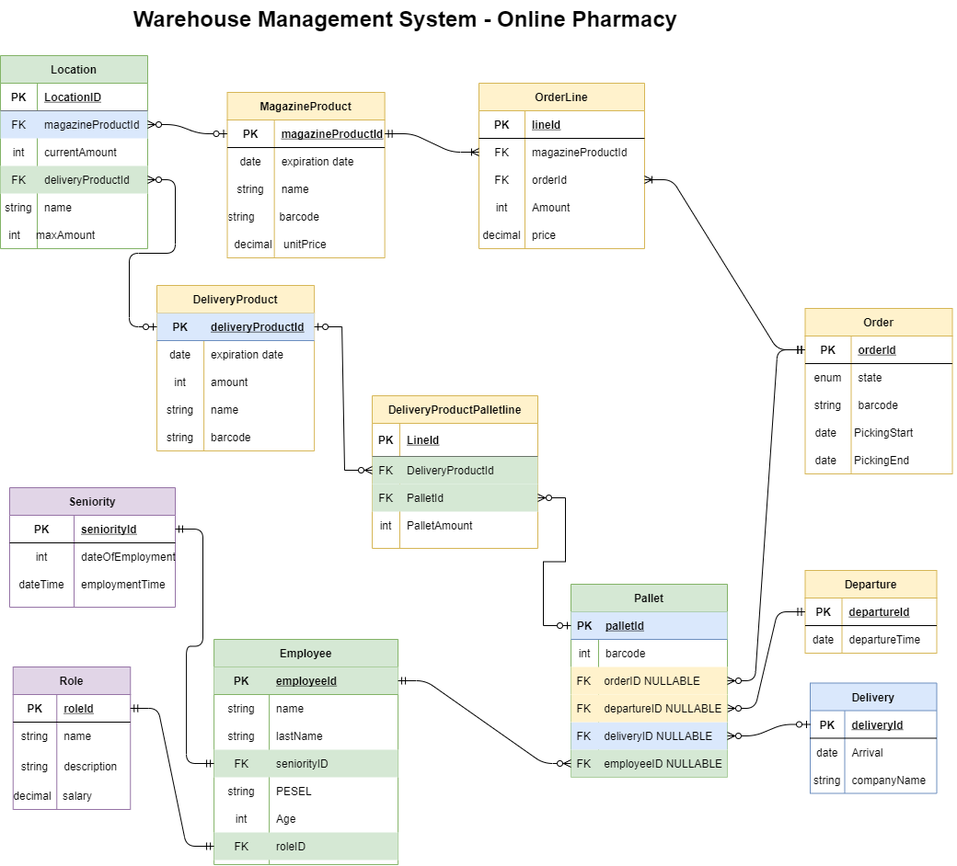
The draw.io diagram ProjectPlan/wms-database-final.png in dgaweda/warehouse-management-system, before a commit. Source tidied: cells renumbered, new cells last; positions are measured from the earlier drawing's top-left corner, leaving out a move shared by most shapes.
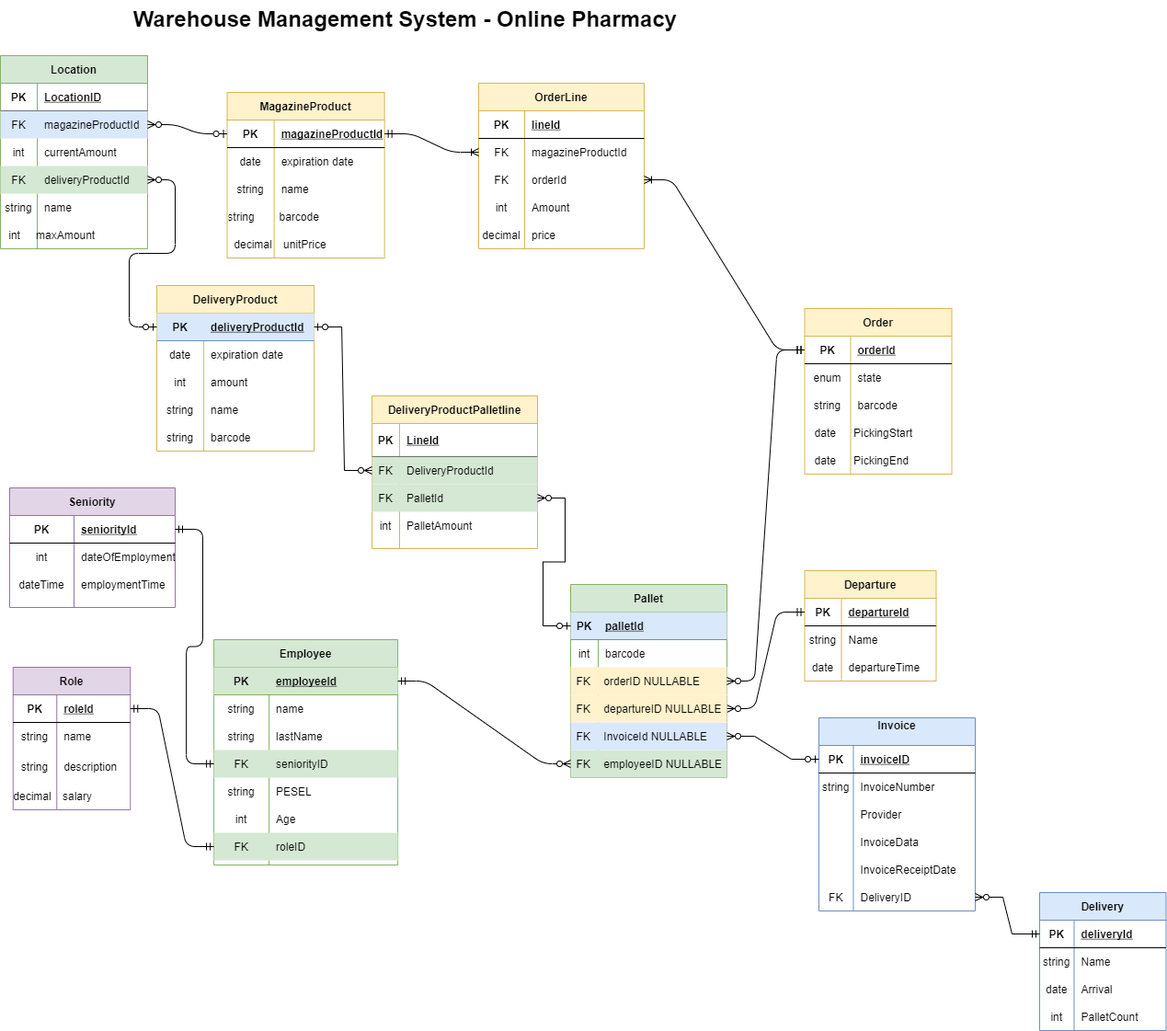
The same file after the commit.

What changed in the source:
```diff
@@ -96,7 +96,7 @@
       <mxGeometry x="51.1" width="120" height="30" as="geometry" />
     </mxCell>
     <mxCell id="33" value="Departure" style="shape=table;startSize=30;rowLines=0;fontStyle=1;align=center;fillColor=#fff2cc;strokeColor=#d6b656;" parent="1" vertex="1">
-      <mxGeometry x="874.5" y="620" width="143" height="90" as="geometry" />
+      <mxGeometry x="874.5" y="620" width="143" height="120" as="geometry" />
     </mxCell>
     <mxCell id="34" style="shape=partialRectangle;fillColor=none;top=0;left=0;bottom=1;right=0;points=[[0,0.5],[1,0.5]];portConstraint=eastwest;" parent="33" vertex="1">
       <mxGeometry y="30" width="143" height="30" as="geometry" />
@@ -107,8 +107,17 @@
     <mxCell id="36" value="departureId" style="shape=partialRectangle;fillColor=none;top=0;left=0;bottom=0;right=0;align=left;spacingLeft=6;fontStyle=5;overflow=hidden;" parent="34" vertex="1">
       <mxGeometry x="40" width="103" height="30" as="geometry" />
     </mxCell>
+    <mxCell id="196" style="shape=partialRectangle;fillColor=none;top=0;left=0;bottom=0;right=0;" parent="33" vertex="1">
+      <mxGeometry y="60" width="143" height="30" as="geometry" />
+    </mxCell>
+    <mxCell id="197" value="string" style="shape=partialRectangle;fillColor=none;top=0;left=0;bottom=0;right=0;overflow=hidden;" parent="196" vertex="1">
+      <mxGeometry width="40" height="30" as="geometry" />
+    </mxCell>
+    <mxCell id="198" value="Name" style="shape=partialRectangle;fillColor=none;top=0;left=0;bottom=0;right=0;align=left;spacingLeft=6;overflow=hidden;" parent="196" vertex="1">
+      <mxGeometry x="40" width="103" height="30" as="geometry" />
+    </mxCell>
     <mxCell id="37" style="shape=partialRectangle;fillColor=none;top=0;left=0;bottom=0;right=0;" parent="33" vertex="1">
-      <mxGeometry y="60" width="143" height="30" as="geometry" />
+      <mxGeometry y="90" width="143" height="30" as="geometry" />
     </mxCell>
     <mxCell id="38" value="date" style="shape=partialRectangle;fillColor=none;top=0;left=0;bottom=0;right=0;overflow=hidden;" parent="37" vertex="1">
       <mxGeometry width="40" height="30" as="geometry" />
@@ -263,9 +272,6 @@
     <mxCell id="88" style="shape=partialRectangle;fillColor=none;top=0;left=0;bottom=0;right=0;" parent="1" vertex="1">
       <mxGeometry x="110" y="470" width="180" height="30" as="geometry" />
     </mxCell>
-    <mxCell id="89" style="shape=partialRectangle;fillColor=none;top=0;left=0;bottom=0;right=0;overflow=hidden;" parent="88" vertex="1">
-      <mxGeometry x="796.8" y="220" width="30" height="30" as="geometry" />
-    </mxCell>
     <mxCell id="90" style="shape=partialRectangle;fillColor=none;top=0;left=0;bottom=0;right=0;direction=west;" parent="1" vertex="1">
       <mxGeometry x="232.6" y="815" width="200" height="30" as="geometry" />
     </mxCell>
@@ -339,7 +345,7 @@
       <mxGeometry relative="1" as="geometry" />
     </mxCell>
     <mxCell id="114" value="Delivery" style="shape=table;startSize=30;rowLines=0;fontStyle=1;align=center;fillColor=#dae8fc;strokeColor=#6c8ebf;" parent="1" vertex="1">
-      <mxGeometry x="880" y="742.5" width="137.5" height="120" as="geometry" />
+      <mxGeometry x="1130" y="970" width="137.5" height="150" as="geometry" />
     </mxCell>
     <mxCell id="115" style="shape=partialRectangle;fillColor=none;top=0;left=0;bottom=1;right=0;points=[[0,0.5],[1,0.5]];portConstraint=eastwest;" parent="114" vertex="1">
       <mxGeometry y="30" width="137.5" height="30" as="geometry" />
@@ -350,8 +356,17 @@
     <mxCell id="117" value="deliveryId" style="shape=partialRectangle;fillColor=none;top=0;left=0;bottom=0;right=0;align=left;spacingLeft=6;fontStyle=5;overflow=hidden;" parent="115" vertex="1">
       <mxGeometry x="37.5" width="100" height="30" as="geometry" />
     </mxCell>
+    <mxCell id="199" style="shape=partialRectangle;fillColor=none;top=0;left=0;bottom=0;right=0;" parent="114" vertex="1">
+      <mxGeometry y="60" width="137.5" height="30" as="geometry" />
+    </mxCell>
+    <mxCell id="200" value="string" style="shape=partialRectangle;fillColor=none;top=0;left=0;bottom=0;right=0;overflow=hidden;" parent="199" vertex="1">
+      <mxGeometry width="37.5" height="30" as="geometry" />
+    </mxCell>
+    <mxCell id="201" value="Name" style="shape=partialRectangle;fillColor=none;top=0;left=0;bottom=0;right=0;align=left;spacingLeft=6;overflow=hidden;" parent="199" vertex="1">
+      <mxGeometry x="37.5" width="100" height="30" as="geometry" />
+    </mxCell>
     <mxCell id="118" style="shape=partialRectangle;fillColor=none;top=0;left=0;bottom=0;right=0;" parent="114" vertex="1">
-      <mxGeometry y="60" width="137.5" height="30" as="geometry" />
+      <mxGeometry y="90" width="137.5" height="30" as="geometry" />
     </mxCell>
     <mxCell id="119" value="date" style="shape=partialRectangle;fillColor=none;top=0;left=0;bottom=0;right=0;overflow=hidden;" parent="118" vertex="1">
       <mxGeometry width="37.5" height="30" as="geometry" />
@@ -359,27 +374,24 @@
     <mxCell id="120" value="Arrival" style="shape=partialRectangle;fillColor=none;top=0;left=0;bottom=0;right=0;align=left;spacingLeft=6;overflow=hidden;" parent="118" vertex="1">
       <mxGeometry x="37.5" width="100" height="30" as="geometry" />
     </mxCell>
-    <mxCell id="121" style="shape=partialRectangle;fillColor=none;top=0;left=0;bottom=0;right=0;" parent="114" vertex="1">
-      <mxGeometry y="90" width="137.5" height="30" as="geometry" />
-    </mxCell>
-    <mxCell id="122" value="string" style="shape=partialRectangle;fillColor=none;top=0;left=0;bottom=0;right=0;overflow=hidden;" parent="121" vertex="1">
-      <mxGeometry width="37.5" height="30" as="geometry" />
-    </mxCell>
-    <mxCell id="123" value="companyName" style="shape=partialRectangle;fillColor=none;top=0;left=0;bottom=0;right=0;align=left;spacingLeft=6;overflow=hidden;" parent="121" vertex="1">
-      <mxGeometry x="37.5" width="100" height="30" as="geometry" />
-    </mxCell>
+    <mxCell id="202" style="shape=partialRectangle;fillColor=none;top=0;left=0;bottom=0;right=0;" parent="114" vertex="1">
+      <mxGeometry y="120" width="137.5" height="30" as="geometry" />
+    </mxCell>
+    <mxCell id="203" value="int" style="shape=partialRectangle;fillColor=none;top=0;left=0;bottom=0;right=0;overflow=hidden;" parent="202" vertex="1">
+      <mxGeometry width="37.5" height="30" as="geometry" />
+    </mxCell>
+    <mxCell id="204" value="PalletCount" style="shape=partialRectangle;fillColor=none;top=0;left=0;bottom=0;right=0;align=left;spacingLeft=6;overflow=hidden;" parent="202" vertex="1">
+      <mxGeometry x="37.5" width="100" height="30" as="geometry" />
+    </mxCell>
     <mxCell id="124" style="shape=partialRectangle;fillColor=#dae8fc;top=0;left=0;bottom=0;right=0;points=[[0,0.5],[1,0.5]];portConstraint=eastwest;strokeColor=#6c8ebf;" parent="1" vertex="1">
       <mxGeometry x="620" y="785" width="170" height="30" as="geometry" />
     </mxCell>
     <mxCell id="125" value="FK" style="shape=partialRectangle;fillColor=none;top=0;left=0;bottom=0;right=0;overflow=hidden;" parent="124" vertex="1">
       <mxGeometry width="28.3" height="30" as="geometry" />
     </mxCell>
-    <mxCell id="126" value="deliveryID NULLABLE" style="shape=partialRectangle;fillColor=none;top=0;left=0;bottom=0;right=0;align=left;spacingLeft=6;overflow=hidden;" parent="124" vertex="1">
+    <mxCell id="126" value="InvoiceId NULLABLE" style="shape=partialRectangle;fillColor=none;top=0;left=0;bottom=0;right=0;align=left;spacingLeft=6;overflow=hidden;" parent="124" vertex="1">
       <mxGeometry x="28.3" width="141.7" height="30" as="geometry" />
     </mxCell>
-    <mxCell id="127" style="edgeStyle=entityRelationEdgeStyle;fontSize=12;html=1;endArrow=ERzeroToMany;startArrow=ERzeroToOne;" parent="1" edge="1" source="115" target="124">
-      <mxGeometry relative="1" as="geometry" />
-    </mxCell>
     <mxCell id="128" style="shape=partialRectangle;fillColor=#fff2cc;top=0;left=0;bottom=0;right=0;points=[[0,0.5],[1,0.5]];portConstraint=eastwest;strokeColor=#d6b656;" parent="1" vertex="1">
       <mxGeometry x="620" y="725" width="170" height="30" as="geometry" />
     </mxCell>
@@ -584,5 +596,68 @@
     <mxCell id="195" style="edgeStyle=entityRelationEdgeStyle;fontSize=12;html=1;endArrow=ERzeroToMany;startArrow=ERzeroToOne;rounded=0;" parent="1" edge="1" source="165" target="185">
       <mxGeometry relative="1" as="geometry" />
     </mxCell>
+    <mxCell id="205" value="Invoice&#10;" style="shape=table;startSize=30;rowLines=0;fontStyle=1;align=center;fillColor=#dae8fc;strokeColor=#6c8ebf;" parent="1" vertex="1">
+      <mxGeometry x="890" y="780" width="170" height="210" as="geometry" />
+    </mxCell>
+    <mxCell id="206" style="shape=partialRectangle;fillColor=none;top=0;left=0;bottom=1;right=0;points=[[0,0.5],[1,0.5]];portConstraint=eastwest;" parent="205" vertex="1">
+      <mxGeometry y="30" width="170" height="30" as="geometry" />
+    </mxCell>
+    <mxCell id="207" value="PK" style="shape=partialRectangle;fillColor=none;top=0;left=0;bottom=0;right=0;fontStyle=1;overflow=hidden;" parent="206" vertex="1">
+      <mxGeometry width="37.5" height="30" as="geometry" />
+    </mxCell>
+    <mxCell id="208" value="invoiceID" style="shape=partialRectangle;fillColor=none;top=0;left=0;bottom=0;right=0;align=left;spacingLeft=6;fontStyle=5;overflow=hidden;" parent="206" vertex="1">
+      <mxGeometry x="37.5" width="132.5" height="30" as="geometry" />
+    </mxCell>
+    <mxCell id="209" style="shape=partialRectangle;fillColor=none;top=0;left=0;bottom=0;right=0;" parent="205" vertex="1">
+      <mxGeometry y="60" width="170" height="30" as="geometry" />
+    </mxCell>
+    <mxCell id="210" value="string" style="shape=partialRectangle;fillColor=none;top=0;left=0;bottom=0;right=0;overflow=hidden;" parent="209" vertex="1">
+      <mxGeometry width="37.5" height="30" as="geometry" />
+    </mxCell>
+    <mxCell id="211" value="InvoiceNumber" style="shape=partialRectangle;fillColor=none;top=0;left=0;bottom=0;right=0;align=left;spacingLeft=6;overflow=hidden;" parent="209" vertex="1">
+      <mxGeometry x="37.5" width="132.5" height="30" as="geometry" />
+    </mxCell>
+    <mxCell id="212" style="shape=partialRectangle;fillColor=none;top=0;left=0;bottom=0;right=0;" parent="205" vertex="1">
+      <mxGeometry y="90" width="170" height="30" as="geometry" />
+    </mxCell>
+    <mxCell id="213" style="shape=partialRectangle;fillColor=none;top=0;left=0;bottom=0;right=0;overflow=hidden;" parent="212" vertex="1">
+      <mxGeometry width="37.5" height="30" as="geometry" />
+    </mxCell>
+    <mxCell id="214" value="Provider" style="shape=partialRectangle;fillColor=none;top=0;left=0;bottom=0;right=0;align=left;spacingLeft=6;overflow=hidden;" parent="212" vertex="1">
+      <mxGeometry x="37.5" width="132.5" height="30" as="geometry" />
+    </mxCell>
+    <mxCell id="215" style="shape=partialRectangle;fillColor=none;top=0;left=0;bottom=0;right=0;" parent="205" vertex="1">
+      <mxGeometry y="120" width="170" height="30" as="geometry" />
+    </mxCell>
+    <mxCell id="216" style="shape=partialRectangle;fillColor=none;top=0;left=0;bottom=0;right=0;overflow=hidden;" parent="215" vertex="1">
+      <mxGeometry width="37.5" height="30" as="geometry" />
+    </mxCell>
+    <mxCell id="217" value="InvoiceData" style="shape=partialRectangle;fillColor=none;top=0;left=0;bottom=0;right=0;align=left;spacingLeft=6;overflow=hidden;" parent="215" vertex="1">
+      <mxGeometry x="37.5" width="132.5" height="30" as="geometry" />
+    </mxCell>
+    <mxCell id="218" style="shape=partialRectangle;fillColor=none;top=0;left=0;bottom=0;right=0;" parent="205" vertex="1">
+      <mxGeometry y="150" width="170" height="30" as="geometry" />
+    </mxCell>
+    <mxCell id="219" style="shape=partialRectangle;fillColor=none;top=0;left=0;bottom=0;right=0;overflow=hidden;" parent="218" vertex="1">
+      <mxGeometry width="37.5" height="30" as="geometry" />
+    </mxCell>
+    <mxCell id="220" value="InvoiceReceiptDate" style="shape=partialRectangle;fillColor=none;top=0;left=0;bottom=0;right=0;align=left;spacingLeft=6;overflow=hidden;" parent="218" vertex="1">
+      <mxGeometry x="37.5" width="132.5" height="30" as="geometry" />
+    </mxCell>
+    <mxCell id="221" style="shape=partialRectangle;fillColor=none;top=0;left=0;bottom=0;right=0;points=[[0,0.5],[1,0.5]];portConstraint=eastwest;" parent="205" vertex="1">
+      <mxGeometry y="180" width="170" height="30" as="geometry" />
+    </mxCell>
+    <mxCell id="222" value="FK" style="shape=partialRectangle;fillColor=none;top=0;left=0;bottom=0;right=0;fontStyle=0;overflow=hidden;" parent="221" vertex="1">
+      <mxGeometry width="37.5" height="30" as="geometry" />
+    </mxCell>
+    <mxCell id="223" value="DeliveryID" style="shape=partialRectangle;fillColor=none;top=0;left=0;bottom=0;right=0;align=left;spacingLeft=6;fontStyle=0;overflow=hidden;" parent="221" vertex="1">
+      <mxGeometry x="37.5" width="132.5" height="30" as="geometry" />
+    </mxCell>
+    <mxCell id="224" style="edgeStyle=entityRelationEdgeStyle;fontSize=12;html=1;endArrow=ERzeroToMany;startArrow=ERzeroToOne;rounded=0;" parent="1" edge="1" source="206" target="124">
+      <mxGeometry relative="1" as="geometry" />
+    </mxCell>
+    <mxCell id="225" style="edgeStyle=entityRelationEdgeStyle;fontSize=12;html=1;endArrow=ERzeroToMany;startArrow=ERmandOne;rounded=0;" parent="1" edge="1" source="115" target="221">
+      <mxGeometry relative="1" as="geometry" />
+    </mxCell>
   </root>
 </mxGraphModel>
```
